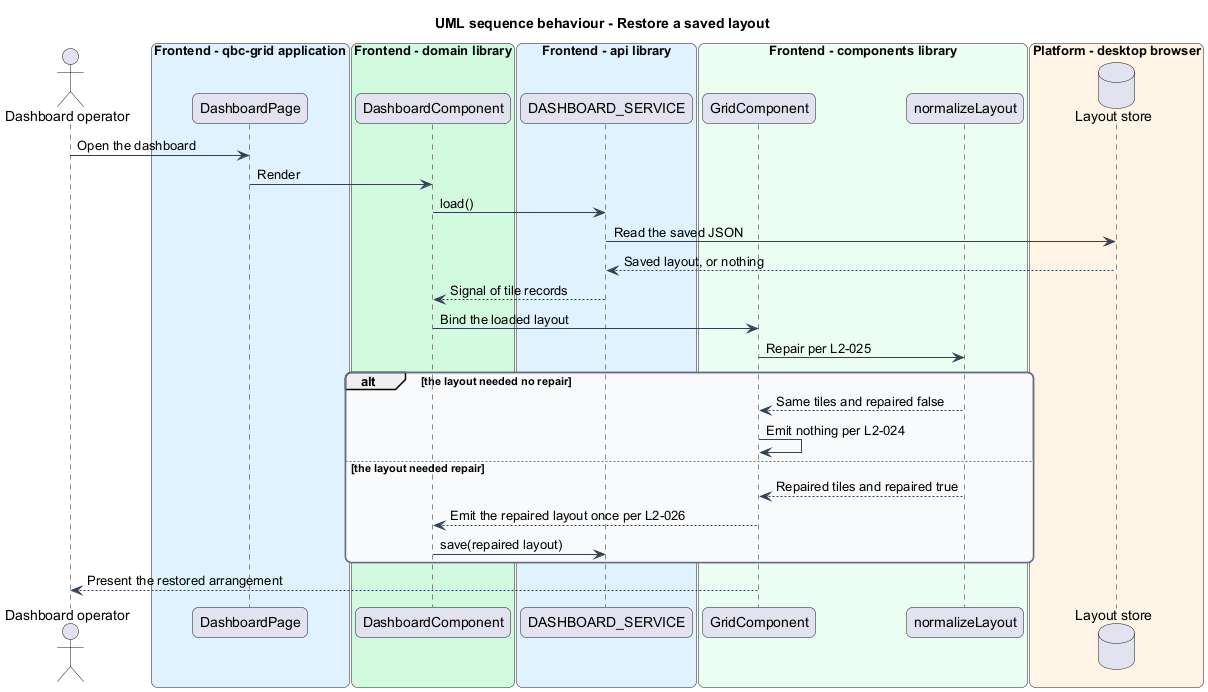
This is docs/detailed-designs/grid-layout/publish-and-restore-layout/diagrams/sequence-restore.png from QuinntyneBrown/qbc-grid, a PlantUML export, as it was before one commit. Source of this version:
```plantuml
@startuml
title UML sequence behaviour - Restore a saved layout
skinparam backgroundColor #FFFFFF
skinparam shadowing false
skinparam roundcorner 12
skinparam defaultFontName Arial
skinparam ArrowColor #344054
skinparam rectangle {
  BorderColor #344054
  FontColor #101828
}
skinparam package {
  BorderColor #667085
  FontColor #101828
  BackgroundColor #F9FAFB
}
actor "Dashboard operator" as actor
box "Frontend - qbc-grid application" #E0F2FE
  participant "DashboardPage" as page
end box
box "Frontend - domain library" #D1FADF
  participant "DashboardComponent" as dashboard
end box
box "Frontend - api library" #E0F2FE
  participant "DASHBOARD_SERVICE" as service
end box
box "Frontend - components library" #ECFDF3
  participant "GridComponent" as grid
  participant "normalizeLayout" as normalize
end box
box "Platform - desktop browser" #FFF4E5
  database "Layout store" as store
end box

actor -> page : Open the dashboard
page -> dashboard : Render
dashboard -> service : load()
service -> store : Read the saved JSON
store --> service : Saved layout, or nothing
service --> dashboard : Signal of tile records
dashboard -> grid : Bind the loaded layout
grid -> normalize : Repair per L2-025
alt the layout needed no repair
  normalize --> grid : Same tiles and repaired false
  grid -> grid : Emit nothing per L2-024
else the layout needed repair
  normalize --> grid : Repaired tiles and repaired true
  grid --> dashboard : Emit the repaired layout once per L2-026
  dashboard -> service : save(repaired layout)
end
grid --> actor : Present the restored arrangement
@enduml
```
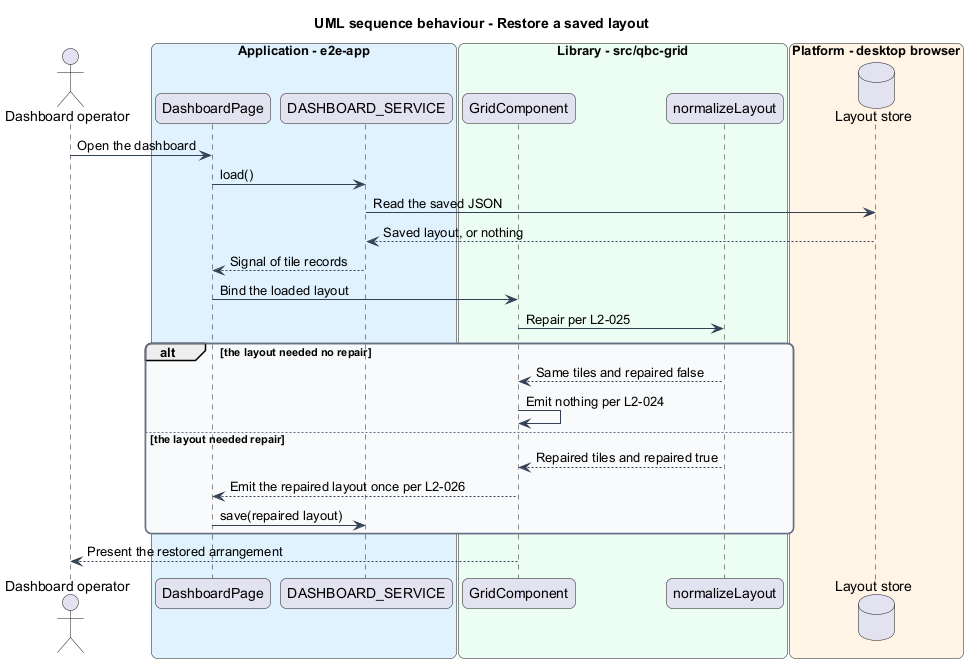
After the change.

Change to the diagram source:
```diff
@@ -15,16 +15,11 @@
   BackgroundColor #F9FAFB
 }
 actor "Dashboard operator" as actor
-box "Frontend - qbc-grid application" #E0F2FE
+box "Application - e2e-app" #E0F2FE
   participant "DashboardPage" as page
-end box
-box "Frontend - domain library" #D1FADF
-  participant "DashboardComponent" as dashboard
-end box
-box "Frontend - api library" #E0F2FE
   participant "DASHBOARD_SERVICE" as service
 end box
-box "Frontend - components library" #ECFDF3
+box "Library - src/qbc-grid" #ECFDF3
   participant "GridComponent" as grid
   participant "normalizeLayout" as normalize
 end box
@@ -33,20 +28,19 @@
 end box
 
 actor -> page : Open the dashboard
-page -> dashboard : Render
-dashboard -> service : load()
+page -> service : load()
 service -> store : Read the saved JSON
 store --> service : Saved layout, or nothing
-service --> dashboard : Signal of tile records
-dashboard -> grid : Bind the loaded layout
+service --> page : Signal of tile records
+page -> grid : Bind the loaded layout
 grid -> normalize : Repair per L2-025
 alt the layout needed no repair
   normalize --> grid : Same tiles and repaired false
   grid -> grid : Emit nothing per L2-024
 else the layout needed repair
   normalize --> grid : Repaired tiles and repaired true
-  grid --> dashboard : Emit the repaired layout once per L2-026
-  dashboard -> service : save(repaired layout)
+  grid --> page : Emit the repaired layout once per L2-026
+  page -> service : save(repaired layout)
 end
 grid --> actor : Present the restored arrangement
 @enduml
```
